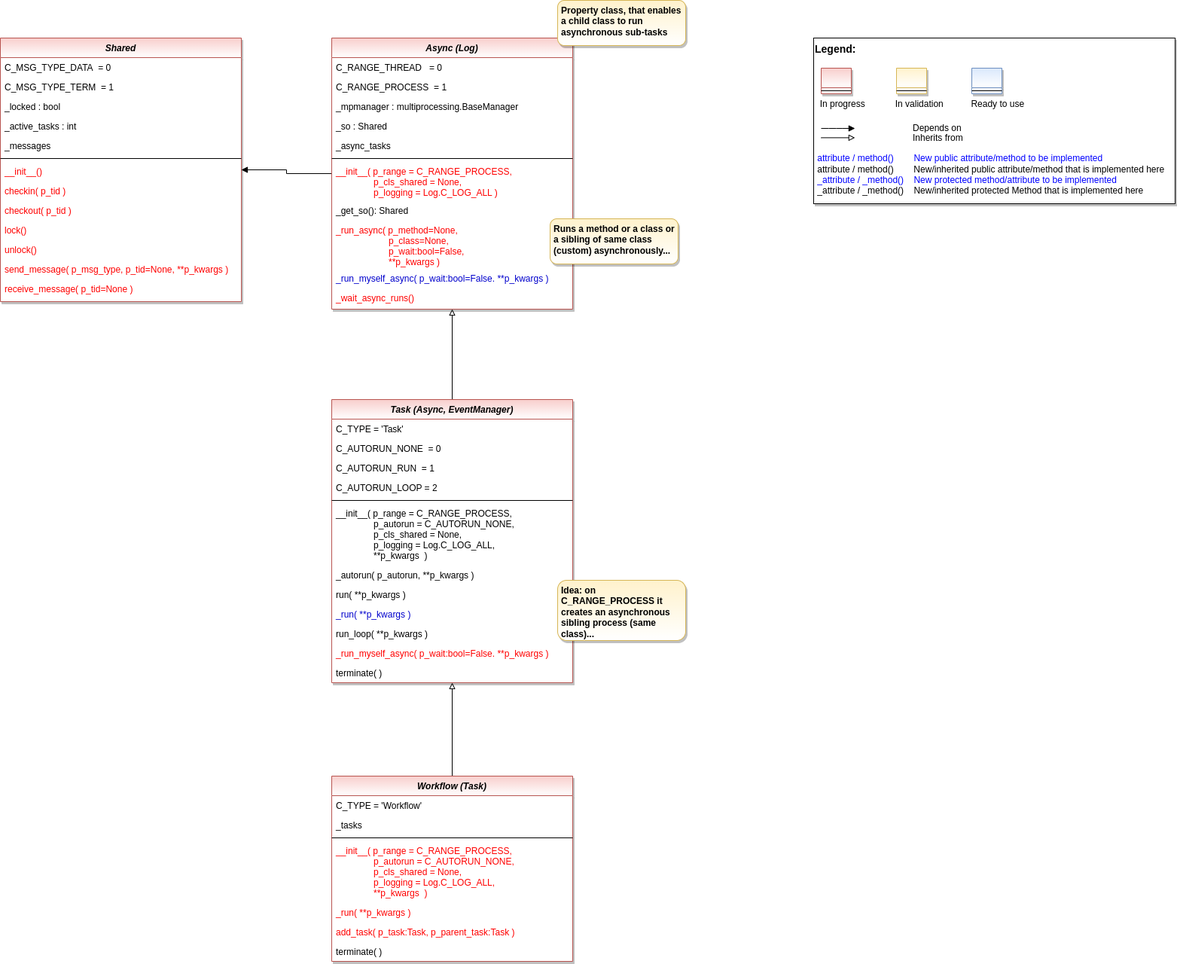
fhswf/MLPro keeps this draw.io diagram as doc/rtd/content/append2/core/images/bf/MLPro-BF-MP_class_diagram.drawio.png. Above is the earlier version. Source tidied: cells renumbered, new cells last; positions are measured from the earlier drawing's top-left corner, leaving out a move shared by most shapes.
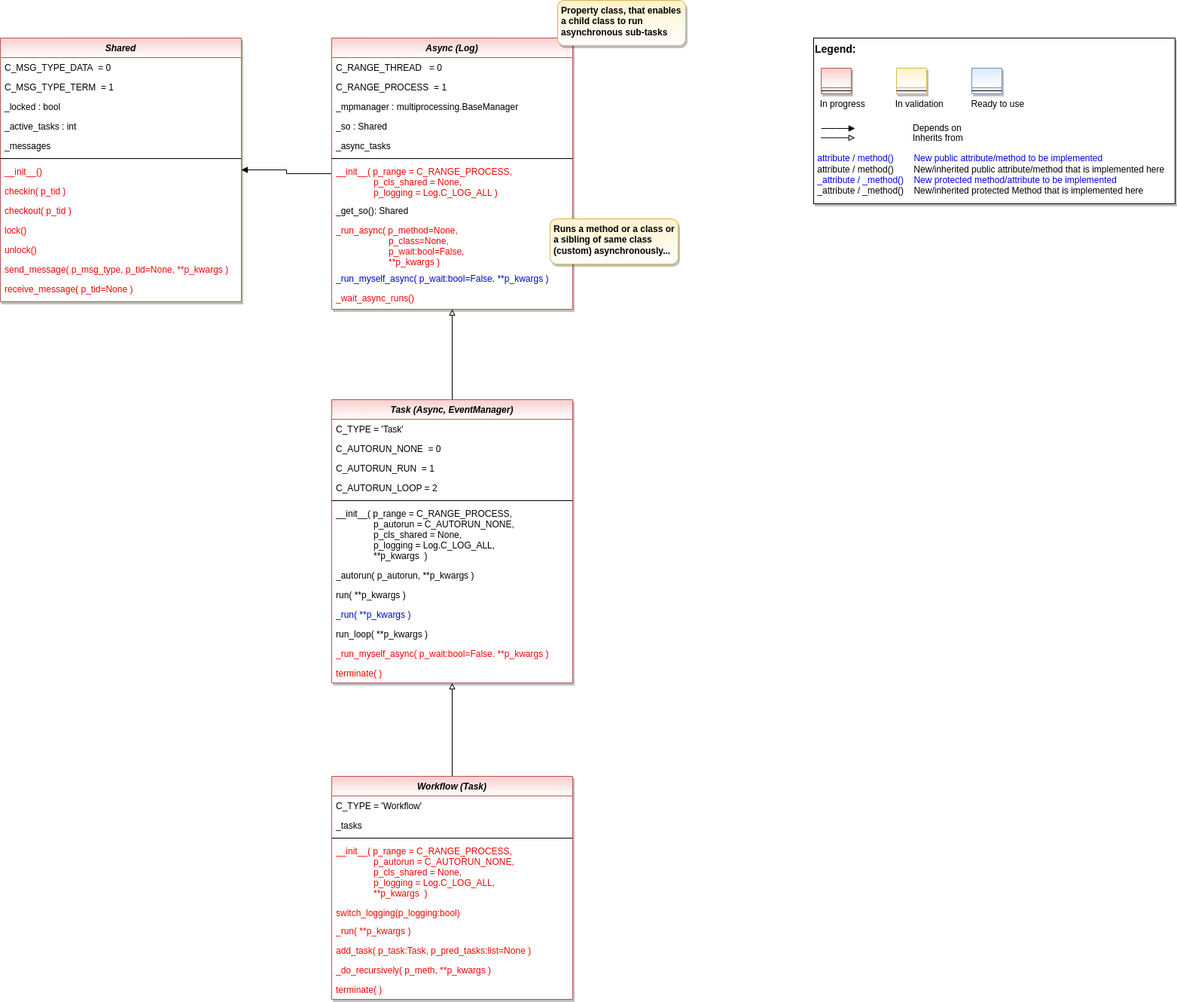
Later version of the same file.

Diff of the diagram source:
```diff
@@ -166,14 +166,14 @@
     <mxCell id="52" value="_run_myself_async( p_wait:bool=False. **p_kwargs )" style="text;align=left;verticalAlign=top;spacingLeft=4;spacingRight=4;overflow=hidden;fontColor=#FF0000;" parent="41" vertex="1">
       <mxGeometry y="324" width="320" height="26" as="geometry" />
     </mxCell>
-    <mxCell id="53" value="terminate( )" style="text;align=left;verticalAlign=top;spacingLeft=4;spacingRight=4;overflow=hidden;" parent="41" vertex="1">
+    <mxCell id="53" value="terminate( )" style="text;align=left;verticalAlign=top;spacingLeft=4;spacingRight=4;overflow=hidden;fontColor=#FF0000;" parent="41" vertex="1">
       <mxGeometry y="350" width="320" height="26" as="geometry" />
     </mxCell>
     <mxCell id="54" style="edgeStyle=orthogonalEdgeStyle;rounded=0;jettySize=auto;html=1;fontColor=#0000CC;endArrow=block;endFill=0;" parent="1" edge="1" source="55" target="41">
       <mxGeometry relative="1" as="geometry" />
     </mxCell>
     <mxCell id="55" value="Workflow (Task)" style="swimlane;fontStyle=3;align=center;verticalAlign=top;horizontal=1;startSize=26;rounded=0;shadow=1;strokeWidth=1;fillColor=#f8cecc;strokeColor=#b85450;glass=0;swimlaneFillColor=#ffffff;gradientColor=#ffffff;" parent="1" vertex="1">
-      <mxGeometry x="440" y="1030" width="320" height="246" as="geometry" />
+      <mxGeometry x="440" y="1030" width="320" height="296" as="geometry" />
     </mxCell>
     <mxCell id="56" value="C_TYPE = 'Workflow'" style="text;align=left;verticalAlign=top;spacingLeft=4;spacingRight=4;overflow=hidden;" parent="55" vertex="1">
       <mxGeometry y="26" width="320" height="26" as="geometry" />
@@ -187,20 +187,23 @@
     <mxCell id="59" value="__init__( p_range = C_RANGE_PROCESS,&#10;               p_autorun = C_AUTORUN_NONE,&#10;               p_cls_shared = None,&#10;               p_logging = Log.C_LOG_ALL,&#10;               **p_kwargs  )" style="text;align=left;verticalAlign=top;spacingLeft=4;spacingRight=4;overflow=hidden;fontColor=#FF0000;" parent="55" vertex="1">
       <mxGeometry y="86" width="320" height="82" as="geometry" />
     </mxCell>
+    <mxCell id="65" value="switch_logging(p_logging:bool)" style="text;align=left;verticalAlign=top;spacingLeft=4;spacingRight=4;overflow=hidden;fontColor=#FF0000;" parent="55" vertex="1">
+      <mxGeometry y="168" width="320" height="24" as="geometry" />
+    </mxCell>
     <mxCell id="60" value="_run( **p_kwargs )" style="text;align=left;verticalAlign=top;spacingLeft=4;spacingRight=4;overflow=hidden;fontColor=#FF0000;" parent="55" vertex="1">
-      <mxGeometry y="168" width="320" height="26" as="geometry" />
+      <mxGeometry y="192" width="320" height="26" as="geometry" />
     </mxCell>
-    <mxCell id="61" value="add_task( p_task:Task, p_parent_task:Task )" style="text;align=left;verticalAlign=top;spacingLeft=4;spacingRight=4;overflow=hidden;fontColor=#FF0000;" parent="55" vertex="1">
-      <mxGeometry y="194" width="320" height="26" as="geometry" />
+    <mxCell id="61" value="add_task( p_task:Task, p_pred_tasks:list=None )" style="text;align=left;verticalAlign=top;spacingLeft=4;spacingRight=4;overflow=hidden;fontColor=#FF0000;" parent="55" vertex="1">
+      <mxGeometry y="218" width="320" height="26" as="geometry" />
     </mxCell>
+    <mxCell id="66" value="_do_recursively( p_meth, **p_kwargs )" style="text;align=left;verticalAlign=top;spacingLeft=4;spacingRight=4;overflow=hidden;fontColor=#FF0000;" parent="55" vertex="1">
+      <mxGeometry y="244" width="320" height="26" as="geometry" />
+    </mxCell>
-    <mxCell id="62" value="terminate( )" style="text;align=left;verticalAlign=top;spacingLeft=4;spacingRight=4;overflow=hidden;" parent="55" vertex="1">
-      <mxGeometry y="220" width="320" height="26" as="geometry" />
+    <mxCell id="62" value="terminate( )" style="text;align=left;verticalAlign=top;spacingLeft=4;spacingRight=4;overflow=hidden;fontColor=#FF0000;" parent="55" vertex="1">
+      <mxGeometry y="270" width="320" height="26" as="geometry" />
     </mxCell>
     <mxCell id="63" value="Runs a method or a class or a sibling of same class (custom) asynchronously..." style="rounded=1;whiteSpace=wrap;html=1;fillColor=#fff2cc;strokeColor=#d6b656;shadow=1;gradientColor=#ffffff;fontStyle=1;align=left;verticalAlign=top;spacingRight=3;spacingLeft=3;" parent="1" vertex="1">
       <mxGeometry x="730" y="290" width="170" height="60" as="geometry" />
     </mxCell>
-    <mxCell id="64" value="Idea: on C_RANGE_PROCESS it creates an asynchronous sibling process (same class)..." style="rounded=1;whiteSpace=wrap;html=1;fillColor=#fff2cc;strokeColor=#d6b656;shadow=1;gradientColor=#ffffff;fontStyle=1;align=left;verticalAlign=top;spacingRight=3;spacingLeft=3;" parent="1" vertex="1">
-      <mxGeometry x="740" y="770" width="170" height="80" as="geometry" />
-    </mxCell>
   </root>
 </mxGraphModel>
```
